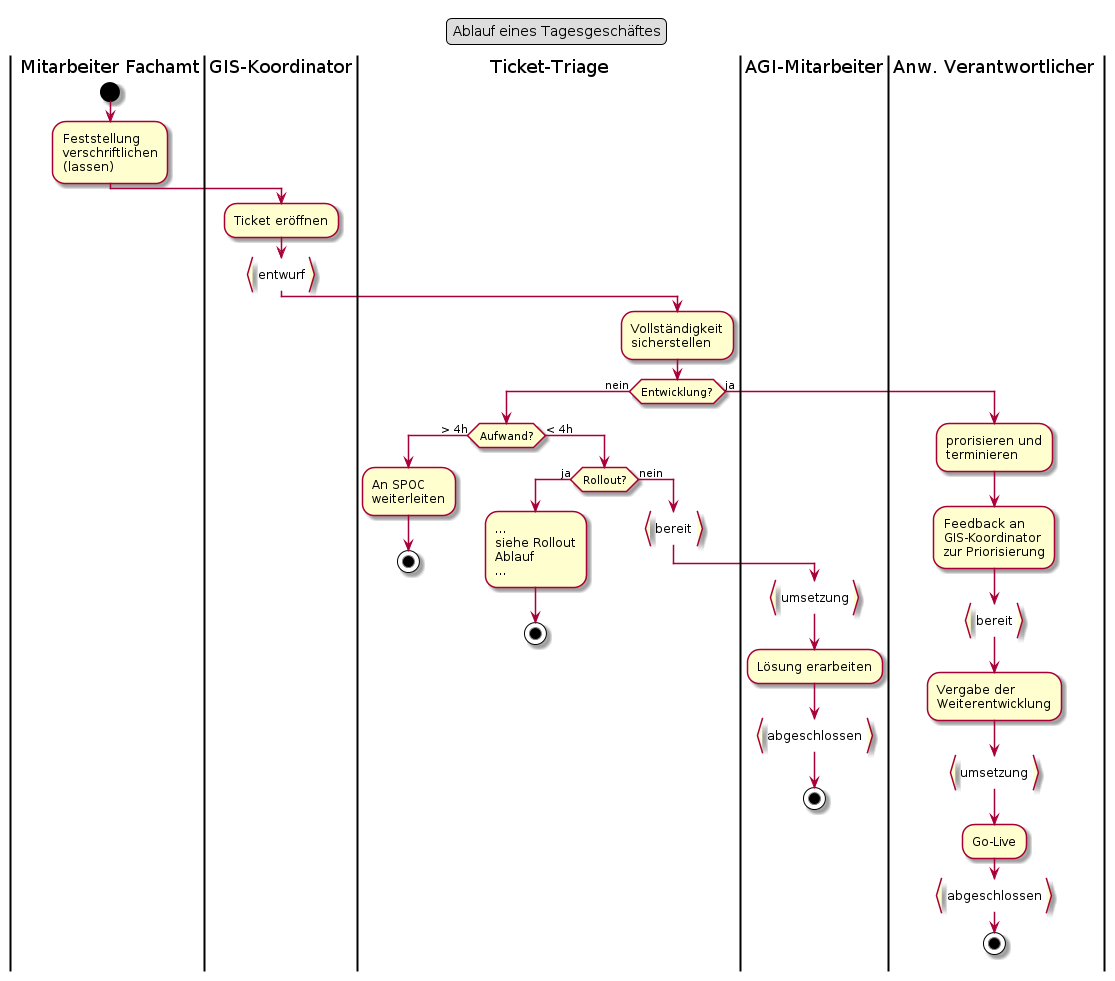
Before: puml_output/flow_ticket.png, a diagram exported from PlantUML (ojeker/docktick). Source of this version:
```plantuml
@startuml
legend top
	Ablauf eines Tagesgeschäftes
end legend
|Mitarbeiter Fachamt|
start
:Feststellung
verschriftlichen
(lassen);
|GIS-Koordinator|
:Ticket eröffnen;
:entwurf}
|Ticket-Triage|
:Vollständigkeit
sicherstellen;

if (Entwicklung?) then (nein)
  if (Aufwand?) then (> 4h)
    :An SPOC
    weiterleiten;
    stop
  else (< 4h)
  	if (Rollout?) then (ja)
      :...
      siehe Rollout
      Ablauf
      ...;
      stop
    else (nein)
      :bereit}
      |AGI-Mitarbeiter|
      :umsetzung}
      :Lösung erarbeiten;
      :abgeschlossen}
      stop
    endif
  endif
else (ja)
  |Anw. Verantwortlicher|
  :prorisieren und
  terminieren;
  :Feedback an
  GIS-Koordinator
  zur Priorisierung;
  :bereit}
  :Vergabe der
  Weiterentwicklung;
  :umsetzung}
  :Go-Live;
  :abgeschlossen}
  stop
endif
@enduml
```
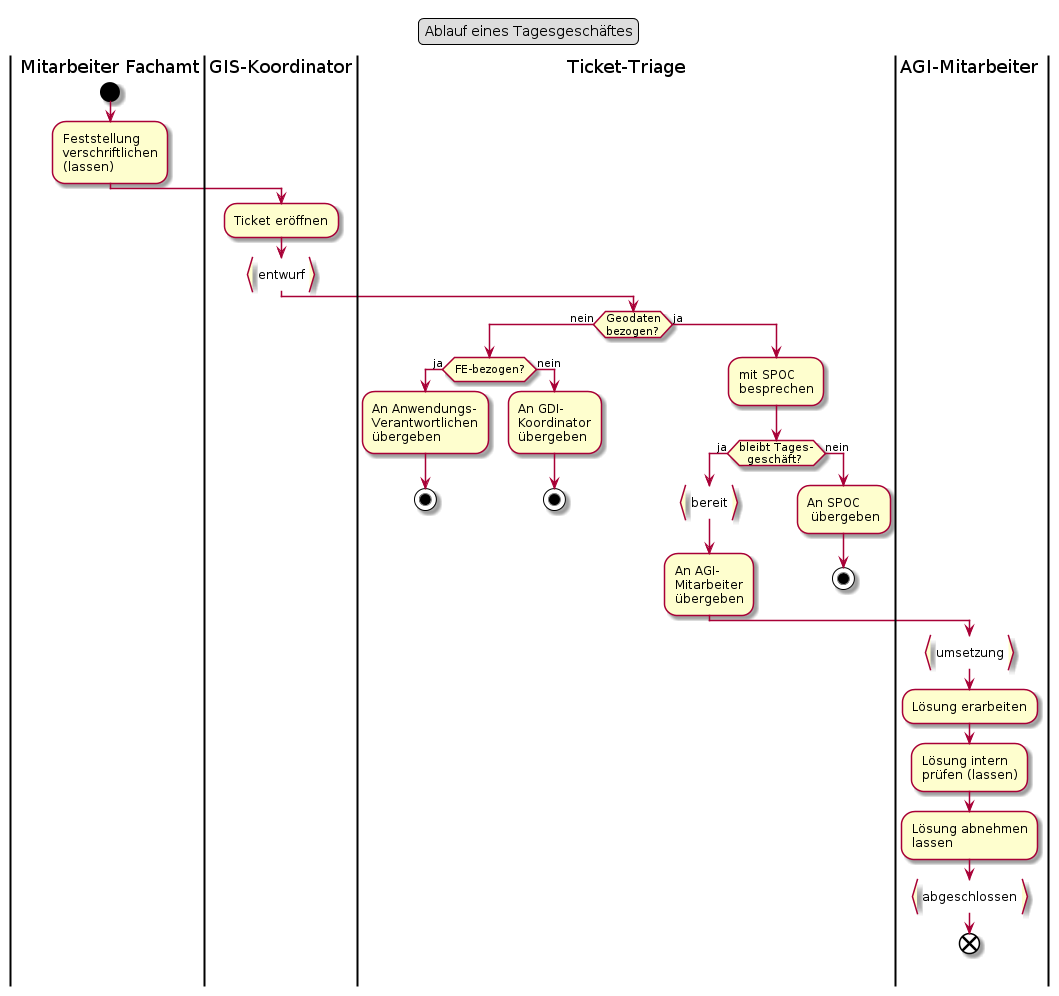
Later version of the same file.

What changed in the source:
```diff
@@ -11,43 +11,42 @@
 :Ticket eröffnen;
 :entwurf}
 |Ticket-Triage|
-:Vollständigkeit
-sicherstellen;
-
-if (Entwicklung?) then (nein)
-  if (Aufwand?) then (> 4h)
-    :An SPOC
-    weiterleiten;
+if (Geodaten
+bezogen?) then (nein)
+  if (FE-bezogen?) then (ja)
+    :An Anwendungs-
+    Verantwortlichen
+    übergeben;
     stop
-  else (< 4h)
-  	if (Rollout?) then (ja)
-      :...
-      siehe Rollout
-      Ablauf
-      ...;
-      stop
-    else (nein)
-      :bereit}
-      |AGI-Mitarbeiter|
-      :umsetzung}
-      :Lösung erarbeiten;
-      :abgeschlossen}
-      stop
-    endif
+  else (nein)
+    :An GDI-
+    Koordinator
+    übergeben;
+    stop
   endif
 else (ja)
-  |Anw. Verantwortlicher|
-  :prorisieren und
-  terminieren;
-  :Feedback an
-  GIS-Koordinator
-  zur Priorisierung;
-  :bereit}
-  :Vergabe der
-  Weiterentwicklung;
-  :umsetzung}
-  :Go-Live;
-  :abgeschlossen}
-  stop
+  :mit SPOC
+  besprechen;
+  if (bleibt Tages-
+  geschäft?) then (ja)
+    :bereit}
+    :An AGI-
+    Mitarbeiter
+    übergeben;
+    |AGI-Mitarbeiter|
+    :umsetzung}
+    :Lösung erarbeiten;
+    :Lösung intern
+    prüfen (lassen);
+    :Lösung abnehmen
+    lassen;
+    :abgeschlossen}
+    end
+  else (nein)
+    |Ticket-Triage|
+  	:An SPOC
+    übergeben;
+    stop
+  endif
 endif
 @enduml
```
